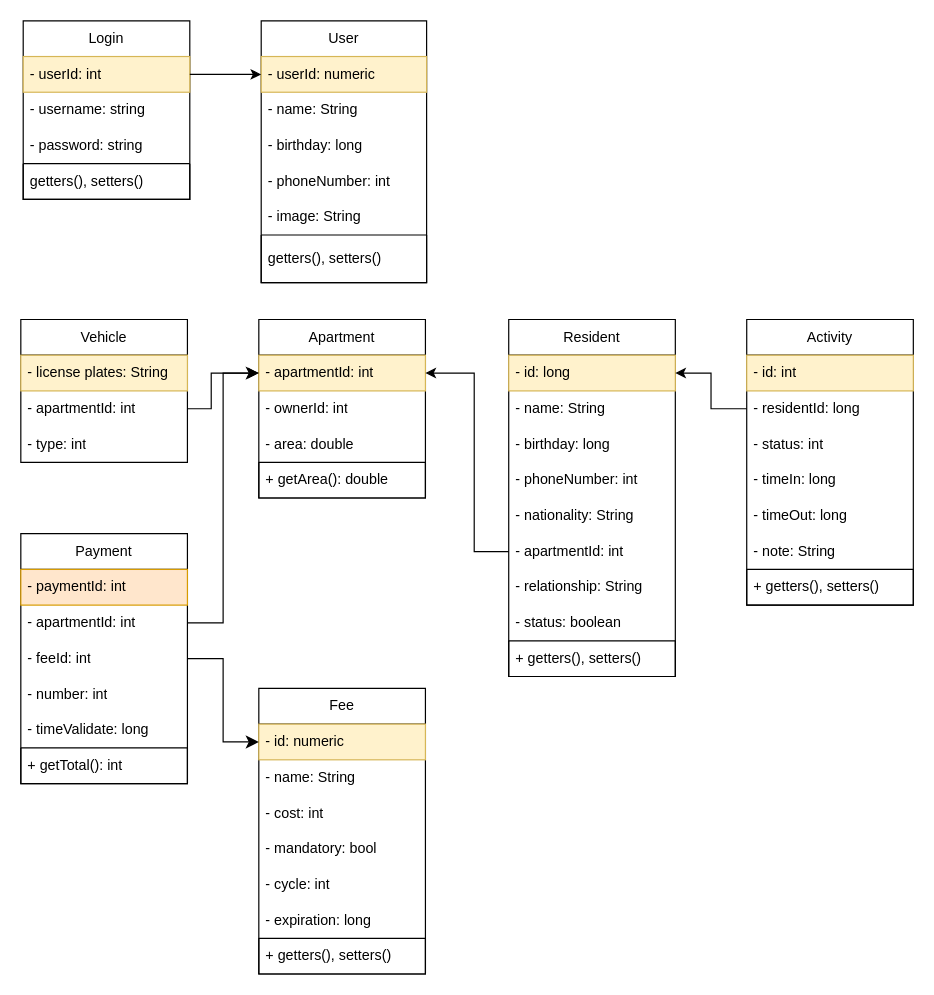
The draw.io diagram sqlChart.drawio in liguang612/ApartmentManagement, before the edit. Source tidied: cells renumbered, new cells numbered last; positions are measured from the earlier drawing's top-left corner, leaving out a move shared by most shapes. Both pictures are drawn from the tidied source at 119%, with x=0, y=0 at pixel (20, 20).
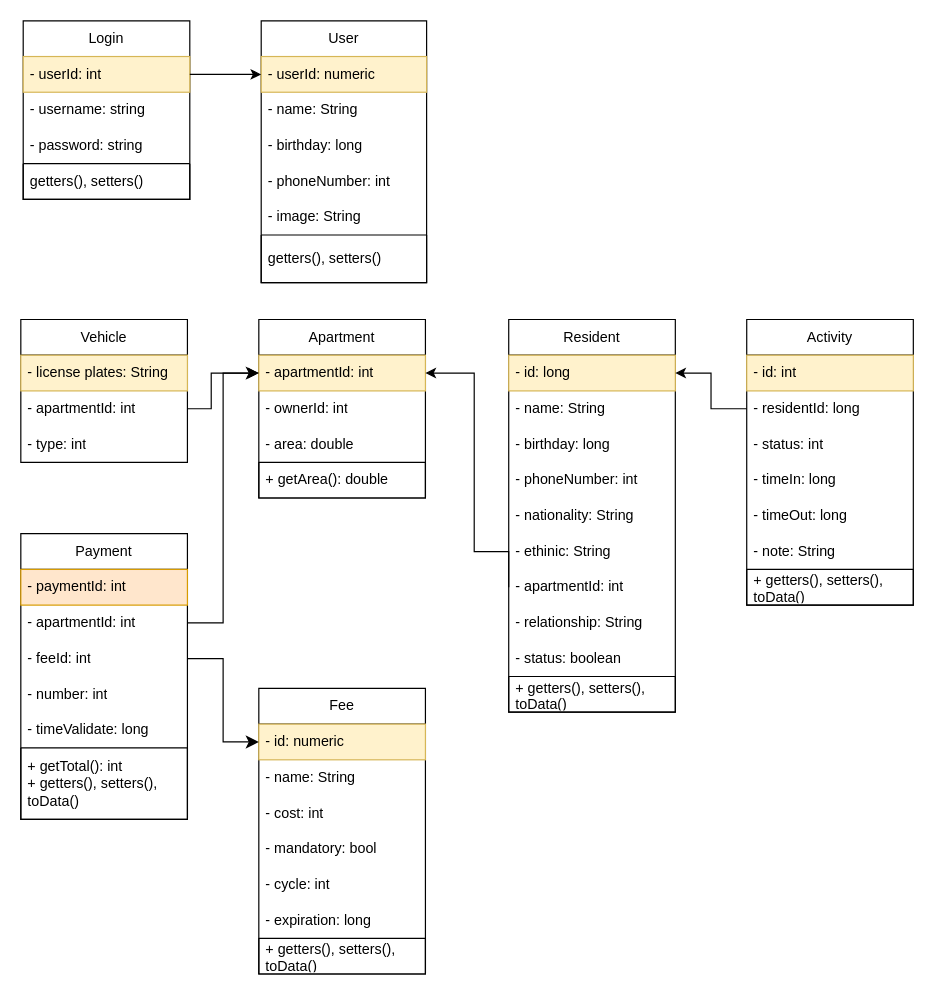
Above is the later version.

The change refers to these unchanged cells:
```xml
<mxCell id="42" style="swimlane;startSize=0;" parent="35" vertex="1">
  <mxGeometry y="210" width="140" height="30" as="geometry" />
</mxCell>
<mxCell id="52" style="swimlane;startSize=0;" parent="45" vertex="1">
  <mxGeometry y="210" width="140" height="30" as="geometry" />
</mxCell>
```

What changed in the source:
```diff
@@
     <mxCell id="23" value="Resident" style="swimlane;fontStyle=0;horizontal=1;startSize=30;whiteSpace=wrap;html=1;" parent="1" vertex="1">
-      <mxGeometry x="410" y="251" width="140" height="300" as="geometry" />
+      <mxGeometry x="410" y="251" width="140" height="330" as="geometry" />
     </mxCell>
@@
+    <mxCell id="69" value="- ethinic: String" style="text;strokeColor=none;fillColor=none;align=left;verticalAlign=middle;spacingLeft=4;spacingRight=4;overflow=hidden;whiteSpace=wrap;html=1;" parent="23" vertex="1">
+      <mxGeometry y="180" width="140" height="30" as="geometry" />
+    </mxCell>
     <mxCell id="29" value="- apartmentId: int" style="text;strokeColor=none;fillColor=none;align=left;verticalAlign=middle;spacingLeft=4;spacingRight=4;overflow=hidden;points=[[0,0.5],[1,0.5]];portConstraint=eastwest;whiteSpace=wrap;html=1;" parent="23" vertex="1">
-      <mxGeometry y="180" width="140" height="30" as="geometry" />
+      <mxGeometry y="210" width="140" height="30" as="geometry" />
     </mxCell>
     <mxCell id="30" value="- relationship: String" style="text;strokeColor=none;fillColor=none;align=left;verticalAlign=middle;spacingLeft=4;spacingRight=4;overflow=hidden;whiteSpace=wrap;html=1;" parent="23" vertex="1">
-      <mxGeometry y="210" width="140" height="30" as="geometry" />
+      <mxGeometry y="240" width="140" height="30" as="geometry" />
     </mxCell>
     <mxCell id="31" value="- status: boolean" style="text;strokeColor=none;fillColor=none;align=left;verticalAlign=middle;spacingLeft=4;spacingRight=4;overflow=hidden;whiteSpace=wrap;html=1;" parent="23" vertex="1">
-      <mxGeometry y="240" width="140" height="30" as="geometry" />
+      <mxGeometry y="270" width="140" height="30" as="geometry" />
     </mxCell>
     <mxCell id="32" style="swimlane;startSize=0;" parent="23" vertex="1">
-      <mxGeometry y="270" width="140" height="30" as="geometry" />
+      <mxGeometry y="300" width="140" height="30" as="geometry" />
     </mxCell>
-    <mxCell id="33" value="+ getters(), setters()" style="text;strokeColor=none;fillColor=none;align=left;verticalAlign=middle;spacingLeft=4;spacingRight=4;overflow=hidden;whiteSpace=wrap;html=1;" parent="32" vertex="1">
+    <mxCell id="33" value="+ getters(), setters(), toData()" style="text;strokeColor=none;fillColor=none;align=left;verticalAlign=middle;spacingLeft=4;spacingRight=4;overflow=hidden;whiteSpace=wrap;html=1;" parent="32" vertex="1">
       <mxGeometry width="140" height="30" as="geometry" />
     </mxCell>
@@
-    <mxCell id="43" value="+ getters(), setters()" style="text;strokeColor=none;fillColor=none;align=left;verticalAlign=middle;spacingLeft=4;spacingRight=4;overflow=hidden;whiteSpace=wrap;html=1;" parent="42" vertex="1">
+    <mxCell id="43" value="+ getters(), setters(), toData()" style="text;strokeColor=none;fillColor=none;align=left;verticalAlign=middle;spacingLeft=4;spacingRight=4;overflow=hidden;whiteSpace=wrap;html=1;" parent="42" vertex="1">
       <mxGeometry width="140" height="30" as="geometry" />
     </mxCell>
@@
-    <mxCell id="53" value="+ getters(), setters()" style="text;strokeColor=none;fillColor=none;align=left;verticalAlign=middle;spacingLeft=4;spacingRight=4;overflow=hidden;whiteSpace=wrap;html=1;" parent="52" vertex="1">
+    <mxCell id="53" value="+ getters(), setters(), toData()" style="text;strokeColor=none;fillColor=none;align=left;verticalAlign=middle;spacingLeft=4;spacingRight=4;overflow=hidden;whiteSpace=wrap;html=1;" parent="52" vertex="1">
       <mxGeometry width="140" height="30" as="geometry" />
     </mxCell>
     <mxCell id="54" value="Payment" style="swimlane;fontStyle=0;horizontal=1;startSize=30;whiteSpace=wrap;html=1;" parent="1" vertex="1">
-      <mxGeometry y="431" width="140" height="210" as="geometry" />
+      <mxGeometry y="431" width="140" height="240" as="geometry" />
     </mxCell>
@@
     <mxCell id="60" style="swimlane;startSize=0;" parent="54" vertex="1">
-      <mxGeometry y="180" width="140" height="30" as="geometry" />
+      <mxGeometry y="180" width="140" height="60" as="geometry" />
     </mxCell>
-    <mxCell id="61" value="+ getTotal(): int" style="text;strokeColor=none;fillColor=none;align=left;verticalAlign=middle;spacingLeft=4;spacingRight=4;overflow=hidden;whiteSpace=wrap;html=1;" parent="60" vertex="1">
-      <mxGeometry width="140" height="30" as="geometry" />
+    <mxCell id="61" value="+ getTotal(): int&lt;br&gt;+ getters(), setters(), toData()" style="text;strokeColor=none;fillColor=none;align=left;verticalAlign=middle;spacingLeft=4;spacingRight=4;overflow=hidden;whiteSpace=wrap;html=1;" parent="60" vertex="1">
+      <mxGeometry width="140" height="60" as="geometry" />
     </mxCell>
```
